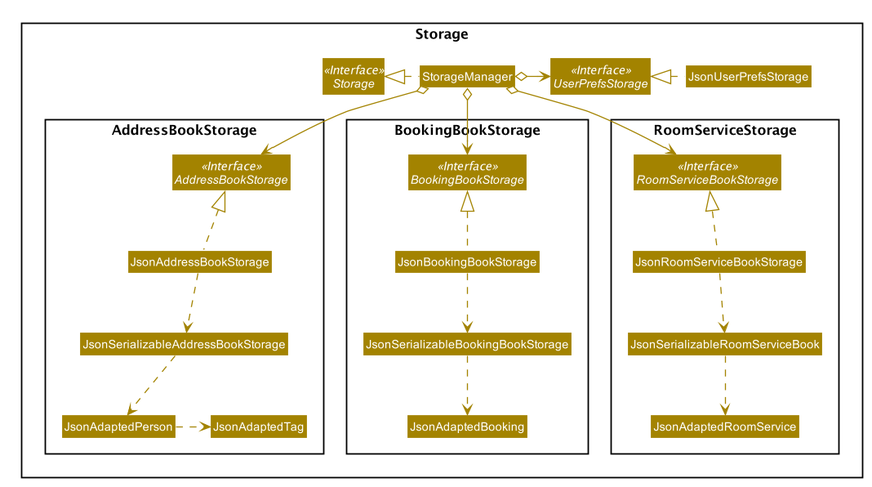
Before: docs/images/StorageClassDiagram.png, a diagram exported from PlantUML (zeling595/tp).
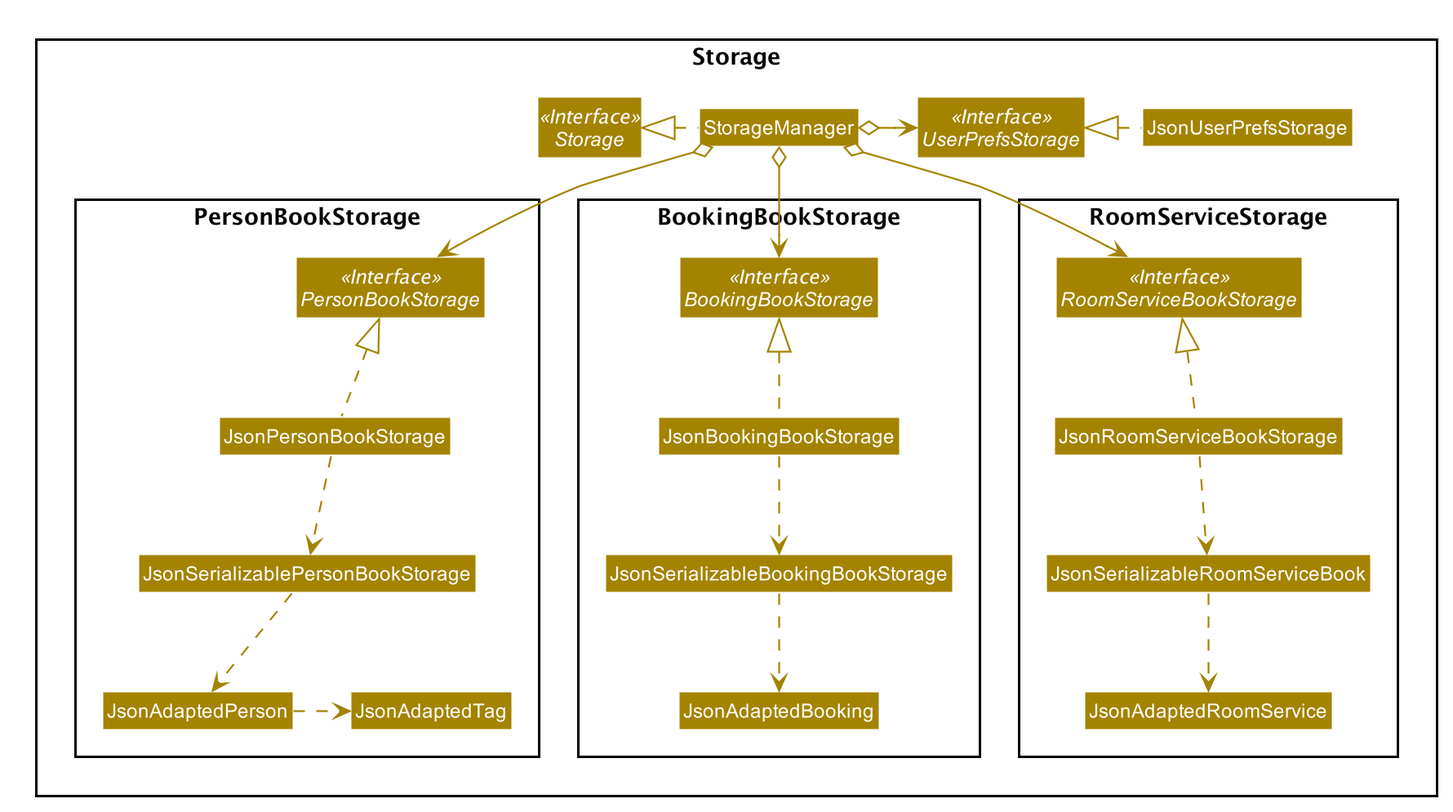
Above is the later version.

What changed in the source:
```diff
@@ -58,10 +58,10 @@
 Class StorageManager
 Class JsonUserPrefsStorage
 
-Package AddressBookStorage {
-Interface AddressBookStorage <<Interface>>
-Class JsonAddressBookStorage
-Class JsonSerializableAddressBookStorage
+Package PersonBookStorage {
+Interface PersonBookStorage <<Interface>>
+Class JsonPersonBookStorage
+Class JsonSerializablePersonBookStorage
 Class JsonAdaptedPerson
 Class JsonAdaptedTag
 }
@@ -83,15 +83,15 @@
 
 StorageManager .left.|> Storage
 StorageManager o-right-> UserPrefsStorage
-StorageManager o--> AddressBookStorage
+StorageManager o--> PersonBookStorage
 StorageManager o--> BookingBookStorage
 StorageManager o--> RoomServiceBookStorage
 
 JsonUserPrefsStorage .left.|> UserPrefsStorage
 
-JsonAddressBookStorage .up.|> AddressBookStorage
-JsonAddressBookStorage .down.> JsonSerializableAddressBookStorage
-JsonSerializableAddressBookStorage .down.> JsonAdaptedPerson
+JsonPersonBookStorage .up.|> PersonBookStorage
+JsonPersonBookStorage .down.> JsonSerializablePersonBookStorage
+JsonSerializablePersonBookStorage .down.> JsonAdaptedPerson
 JsonAdaptedPerson .right.> JsonAdaptedTag
 
 JsonBookingBookStorage .up.|> BookingBookStorage
```
